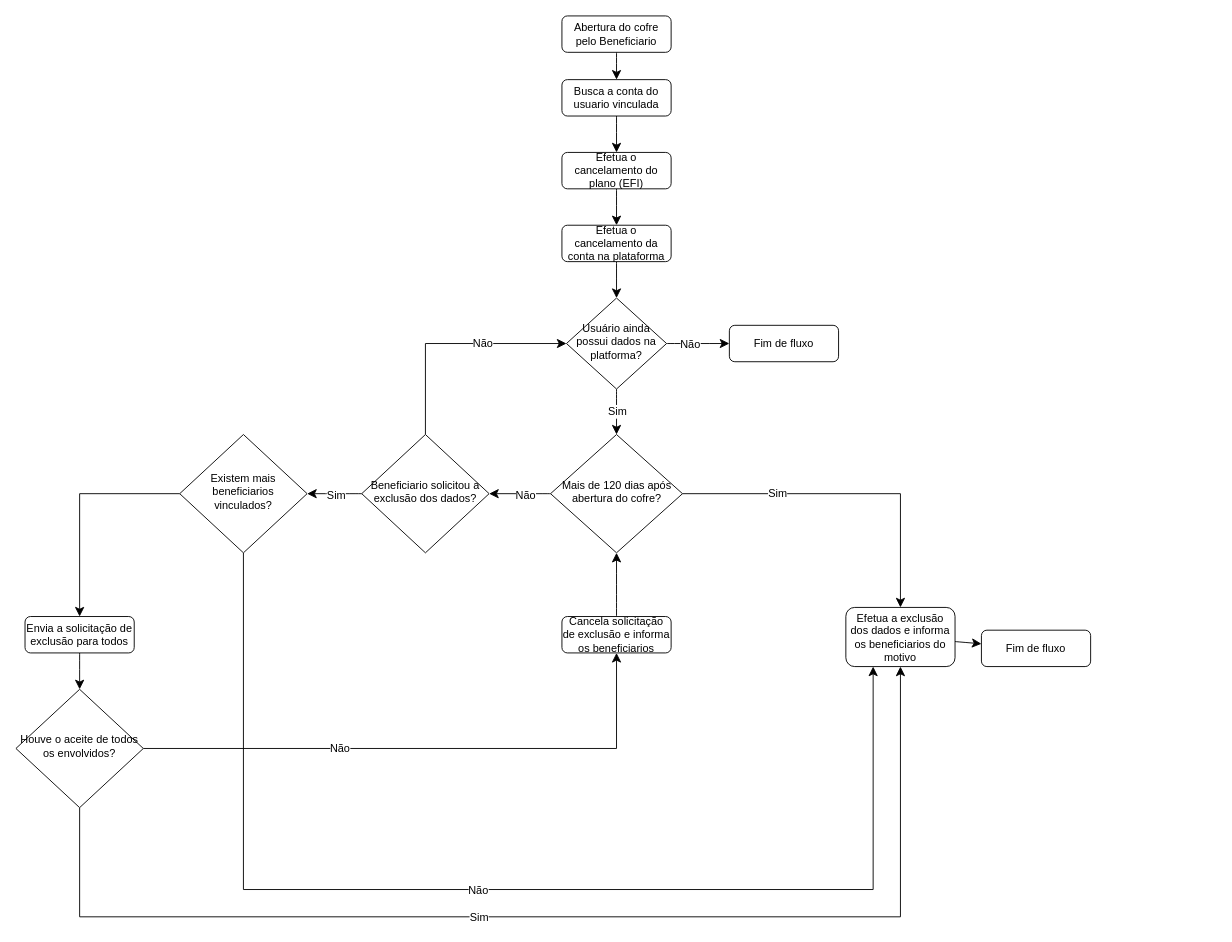
The draw.io diagram Untitled Diagram.drawio in Leonardocasilva/diagram, before the edit. Source tidied: cells renumbered, new cells numbered last; positions are measured from the earlier drawing's top-left corner, leaving out a move shared by most shapes. Both pictures are drawn from the tidied source at 91%, with x=0, y=0 at pixel (15, 15).
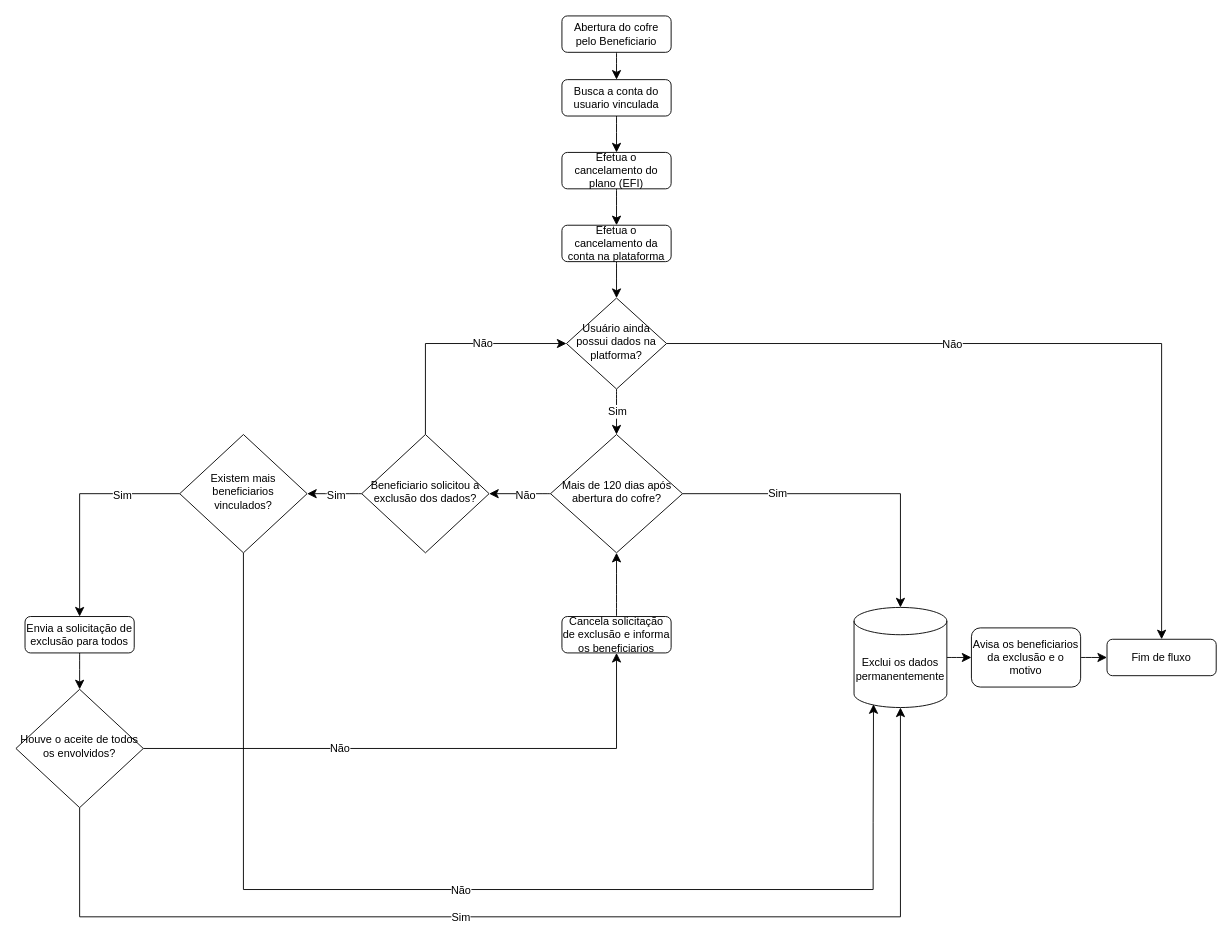
The same page after the edit.

The change refers to these unchanged cells:
```xml
<mxCell id="12" value="Mais de 120 dias após abertura do cofre?" style="rhombus;whiteSpace=wrap;html=1;shadow=0;fontFamily=Helvetica;fontSize=12;align=center;strokeWidth=1;spacing=6;spacingTop=-4;" parent="1" vertex="1">
  <mxGeometry x="587.5" y="460" width="145" height="130" as="geometry" />
</mxCell>
<mxCell id="24" value="Usuário ainda possui dados na platforma?" style="rhombus;whiteSpace=wrap;html=1;shadow=0;fontFamily=Helvetica;fontSize=12;align=center;strokeWidth=1;spacing=6;spacingTop=-4;" parent="1" vertex="1">
  <mxGeometry x="605" y="310" width="110" height="100" as="geometry" />
</mxCell>
<mxCell id="33" style="edgeStyle=orthogonalEdgeStyle;rounded=0;jettySize=auto;html=1;exitX=0;exitY=0.5;exitDx=0;exitDy=0;entryX=0.5;entryY=0;entryDx=0;entryDy=0;fontSize=12;startSize=8;endSize=8;" parent="1" edge="1" source="34" target="36">
  <mxGeometry relative="1" as="geometry" />
</mxCell>
<mxCell id="34" value="Existem mais beneficiarios vinculados?" style="rhombus;whiteSpace=wrap;html=1;shadow=0;fontFamily=Helvetica;fontSize=12;align=center;strokeWidth=1;spacing=6;spacingTop=-4;" parent="1" vertex="1">
  <mxGeometry x="180" y="460" width="140" height="130" as="geometry" />
</mxCell>
<mxCell id="41" value="Houve o aceite de todos os envolvidos?" style="rhombus;whiteSpace=wrap;html=1;shadow=0;fontFamily=Helvetica;fontSize=12;align=center;strokeWidth=1;spacing=6;spacingTop=-4;" parent="1" vertex="1">
  <mxGeometry y="740" width="140" height="130" as="geometry" />
</mxCell>
```

Diff of the diagram source:
```diff
@@
-    <mxCell id="8" style="edgeStyle=orthogonalEdgeStyle;rounded=0;jettySize=auto;html=1;exitX=1;exitY=0.5;exitDx=0;exitDy=0;entryX=0.5;entryY=0;entryDx=0;entryDy=0;fontSize=12;startSize=8;endSize=8;" parent="1" edge="1" source="12" target="16">
+    <mxCell id="8" style="edgeStyle=orthogonalEdgeStyle;rounded=0;jettySize=auto;html=1;exitX=1;exitY=0.5;exitDx=0;exitDy=0;entryX=0.5;entryY=0;entryDx=0;entryDy=0;fontSize=12;startSize=8;endSize=8;entryPerimeter=0;" parent="1" edge="1" source="12" target="44">
       <mxGeometry relative="1" as="geometry" />
     </mxCell>
@@
-    <mxCell id="16" value="Efetua a exclusão dos dados e informa os beneficiarios do motivo" style="rounded=1;whiteSpace=wrap;html=1;fontSize=12;glass=0;strokeWidth=1;shadow=0;" parent="1" vertex="1">
-      <mxGeometry x="912" y="650" width="120" height="65" as="geometry" />
+    <mxCell id="16" value="Avisa os beneficiarios da exclusão e o motivo" style="rounded=1;whiteSpace=wrap;html=1;fontSize=12;glass=0;strokeWidth=1;shadow=0;" parent="1" vertex="1">
+      <mxGeometry x="1050" y="672.5" width="120" height="65" as="geometry" />
     </mxCell>
     <mxCell id="17" value="Fim de fluxo" style="rounded=1;whiteSpace=wrap;html=1;fontSize=12;glass=0;strokeWidth=1;shadow=0;" parent="1" vertex="1">
-      <mxGeometry x="1061" y="675" width="120" height="40" as="geometry" />
+      <mxGeometry x="1199" y="685" width="120" height="40" as="geometry" />
     </mxCell>
@@
-    <mxCell id="22" style="edgeStyle=none;curved=1;rounded=0;jettySize=auto;html=1;exitX=1;exitY=0.5;exitDx=0;exitDy=0;entryX=0;entryY=0.5;entryDx=0;entryDy=0;fontSize=12;startSize=8;endSize=8;" parent="1" edge="1" source="24" target="25">
+    <mxCell id="22" style="edgeStyle=orthogonalEdgeStyle;rounded=0;jettySize=auto;html=1;exitX=1;exitY=0.5;exitDx=0;exitDy=0;entryX=0.5;entryY=0;entryDx=0;entryDy=0;fontSize=12;startSize=8;endSize=8;" parent="1" edge="1" source="24" target="17">
       <mxGeometry relative="1" as="geometry" />
     </mxCell>
@@
-    <mxCell id="25" value="Fim de fluxo" style="rounded=1;whiteSpace=wrap;html=1;fontSize=12;glass=0;strokeWidth=1;shadow=0;" parent="1" vertex="1">
-      <mxGeometry x="784" y="340" width="120" height="40" as="geometry" />
-    </mxCell>
@@
-    <mxCell id="31" style="edgeStyle=orthogonalEdgeStyle;rounded=0;jettySize=auto;html=1;exitX=0.5;exitY=1;exitDx=0;exitDy=0;entryX=0.25;entryY=1;entryDx=0;entryDy=0;fontSize=12;startSize=8;endSize=8;" parent="1" edge="1" source="34" target="16">
+    <mxCell id="31" style="edgeStyle=orthogonalEdgeStyle;rounded=0;jettySize=auto;html=1;exitX=0.5;exitY=1;exitDx=0;exitDy=0;entryX=0.21;entryY=0.967;entryDx=0;entryDy=0;fontSize=12;startSize=8;endSize=8;entryPerimeter=0;" parent="1" edge="1" source="34" target="44">
       <mxGeometry relative="1" as="geometry">
         <Array as="points">
           <mxPoint x="250" y="960" />
           <mxPoint x="942" y="960" />
+          <mxPoint x="942" y="886" />
         </Array>
       </mxGeometry>
     </mxCell>
@@
+    <mxCell id="42" value="Sim" style="edgeLabel;html=1;align=center;verticalAlign=middle;fontSize=12;" parent="33" vertex="1">
+      <mxGeometry x="-0.47" y="1" relative="1" as="geometry">
+        <mxPoint x="1" as="offset" />
+      </mxGeometry>
+    </mxCell>
@@
-    <mxCell id="37" style="edgeStyle=orthogonalEdgeStyle;rounded=0;jettySize=auto;html=1;exitX=0.5;exitY=1;exitDx=0;exitDy=0;entryX=0.5;entryY=1;entryDx=0;entryDy=0;fontSize=12;startSize=8;endSize=8;" parent="1" edge="1" source="41" target="16">
+    <mxCell id="37" style="edgeStyle=orthogonalEdgeStyle;rounded=0;jettySize=auto;html=1;exitX=0.5;exitY=1;exitDx=0;exitDy=0;fontSize=12;startSize=8;endSize=8;entryX=0.5;entryY=1;entryDx=0;entryDy=0;entryPerimeter=0;" parent="1" edge="1" source="41" target="44">
       <mxGeometry relative="1" as="geometry">
         <Array as="points">
           <mxPoint x="70" y="990" />
           <mxPoint x="972" y="990" />
         </Array>
       </mxGeometry>
     </mxCell>
@@
+    <mxCell id="43" style="edgeStyle=none;curved=1;rounded=0;jettySize=auto;html=1;exitX=1;exitY=0.5;exitDx=0;exitDy=0;exitPerimeter=0;entryX=0;entryY=0.5;entryDx=0;entryDy=0;fontSize=12;startSize=8;endSize=8;" parent="1" edge="1" source="44" target="16">
+      <mxGeometry relative="1" as="geometry" />
+    </mxCell>
+    <mxCell id="44" value="Exclui os dados permanentemente" style="shape=cylinder3;whiteSpace=wrap;html=1;boundedLbl=1;backgroundOutline=1;size=15;" parent="1" vertex="1">
+      <mxGeometry x="921" y="650" width="102" height="110" as="geometry" />
+    </mxCell>
```
